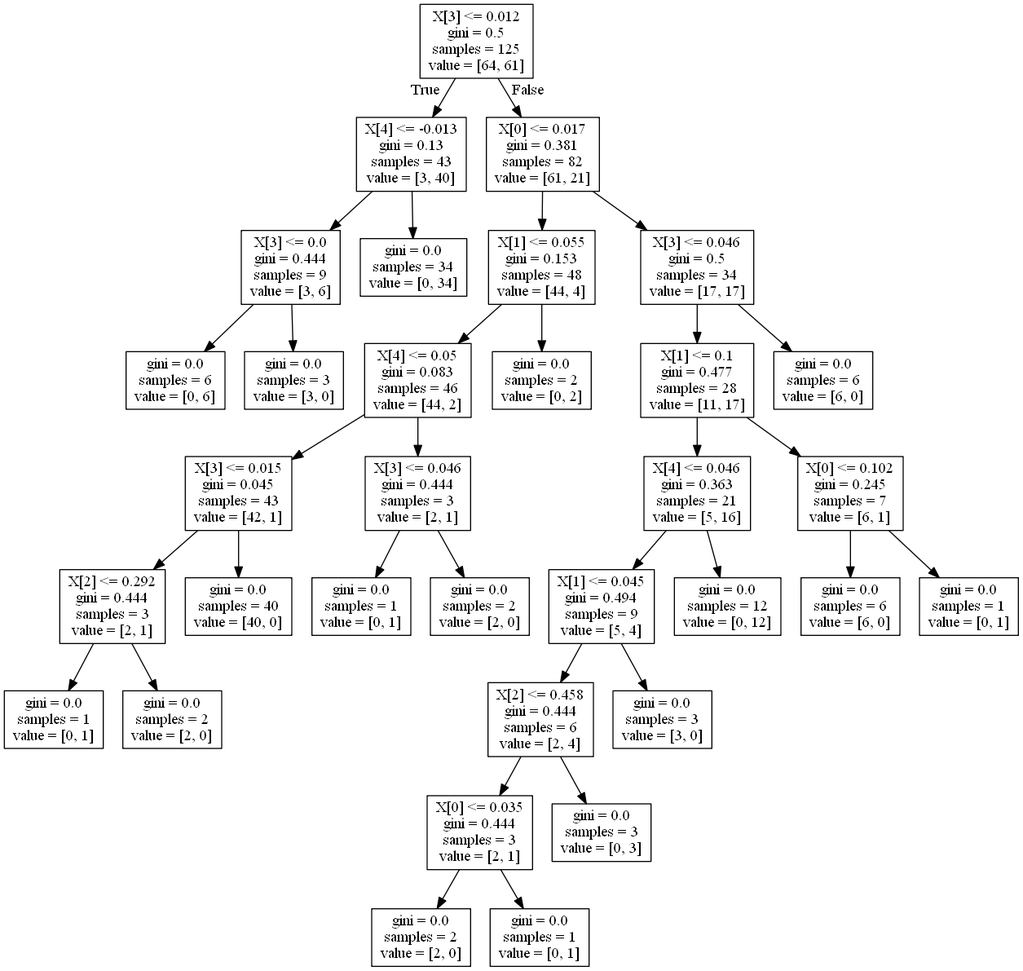
Before: tre.png, a diagram exported from Graphviz (LimboRift/wkzq). Its source is kept beside it as tre.dot.
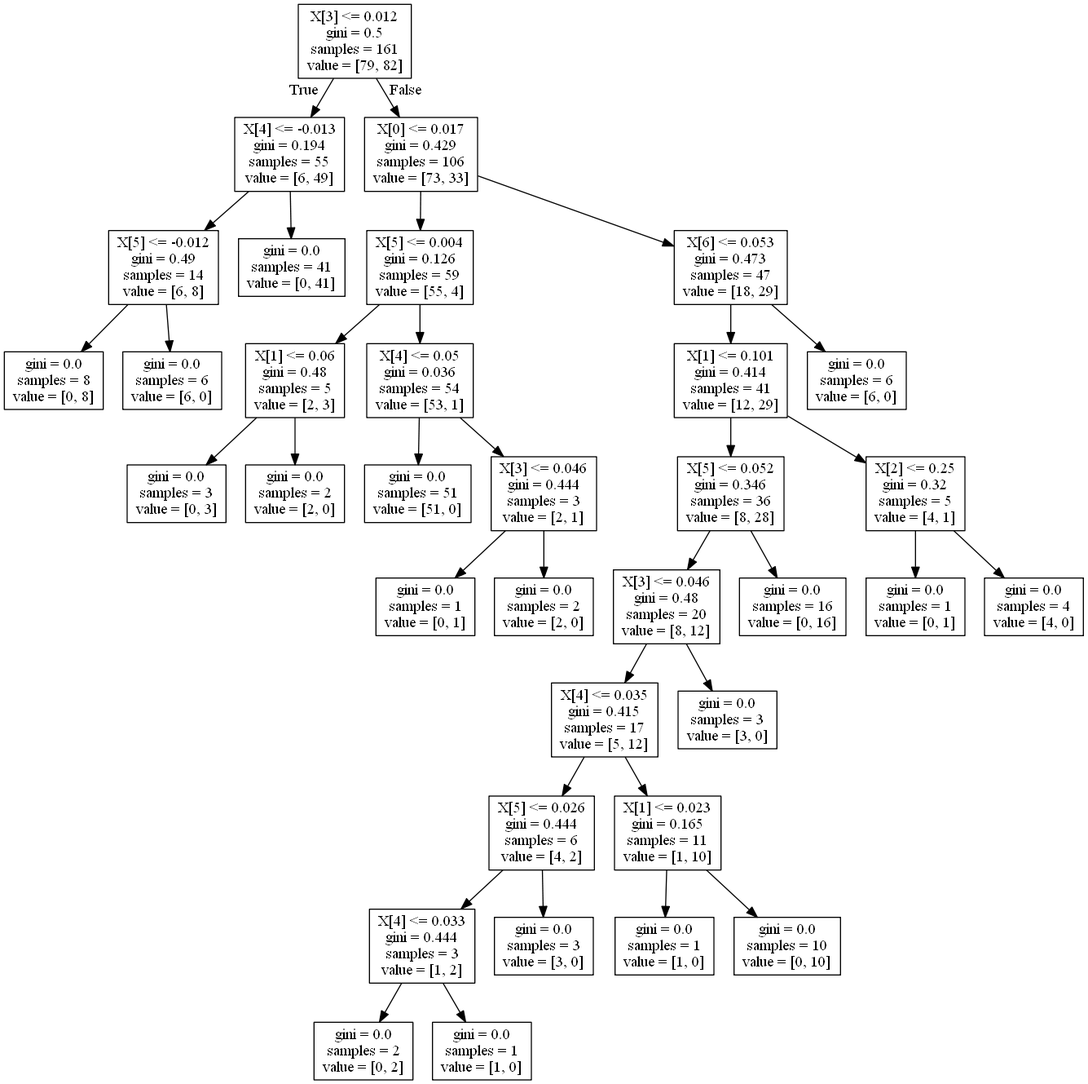
Above is the later version.

The edit, as a diff of the source:
```diff
@@ -1,60 +1,72 @@
 digraph Tree {
 node [shape=box] ;
-0 [label="X[2] <= 0.458\ngini = 0.492\nsamples = 89\nvalue = [50, 39]"] ;
-1 [label="X[13] <= 0.116\ngini = 0.45\nsamples = 76\nvalue = [50, 26]"] ;
+0 [label="X[3] <= 0.012\ngini = 0.5\nsamples = 161\nvalue = [79, 82]"] ;
+1 [label="X[4] <= -0.013\ngini = 0.194\nsamples = 55\nvalue = [6, 49]"] ;
 0 -> 1 [labeldistance=2.5, labelangle=45, headlabel="True"] ;
-2 [label="X[10] <= -0.355\ngini = 0.184\nsamples = 39\nvalue = [35, 4]"] ;
+2 [label="X[3] <= -0.001\ngini = 0.49\nsamples = 14\nvalue = [6, 8]"] ;
 1 -> 2 ;
-3 [label="gini = 0.0\nsamples = 2\nvalue = [0, 2]"] ;
+3 [label="gini = 0.0\nsamples = 8\nvalue = [0, 8]"] ;
 2 -> 3 ;
-4 [label="X[3] <= 0.128\ngini = 0.102\nsamples = 37\nvalue = [35, 2]"] ;
+4 [label="gini = 0.0\nsamples = 6\nvalue = [6, 0]"] ;
 2 -> 4 ;
-5 [label="X[6] <= 0.037\ngini = 0.054\nsamples = 36\nvalue = [35, 1]"] ;
-4 -> 5 ;
-6 [label="gini = 0.0\nsamples = 1\nvalue = [0, 1]"] ;
-5 -> 6 ;
-7 [label="gini = 0.0\nsamples = 35\nvalue = [35, 0]"] ;
-5 -> 7 ;
-8 [label="gini = 0.0\nsamples = 1\nvalue = [0, 1]"] ;
-4 -> 8 ;
-9 [label="X[14] <= 0.191\ngini = 0.482\nsamples = 37\nvalue = [15, 22]"] ;
-1 -> 9 ;
-10 [label="X[6] <= 0.061\ngini = 0.33\nsamples = 24\nvalue = [5, 19]"] ;
-9 -> 10 ;
-11 [label="X[10] <= 0.048\ngini = 0.375\nsamples = 4\nvalue = [3, 1]"] ;
-10 -> 11 ;
-12 [label="gini = 0.0\nsamples = 3\nvalue = [3, 0]"] ;
+5 [label="gini = 0.0\nsamples = 41\nvalue = [0, 41]"] ;
+1 -> 5 ;
+6 [label="X[0] <= 0.017\ngini = 0.429\nsamples = 106\nvalue = [73, 33]"] ;
+0 -> 6 [labeldistance=2.5, labelangle=-45, headlabel="False"] ;
+7 [label="X[5] <= 0.004\ngini = 0.126\nsamples = 59\nvalue = [55, 4]"] ;
+6 -> 7 ;
+8 [label="X[0] <= -0.058\ngini = 0.48\nsamples = 5\nvalue = [2, 3]"] ;
+7 -> 8 ;
+9 [label="gini = 0.0\nsamples = 2\nvalue = [2, 0]"] ;
+8 -> 9 ;
+10 [label="gini = 0.0\nsamples = 3\nvalue = [0, 3]"] ;
+8 -> 10 ;
+11 [label="X[4] <= 0.05\ngini = 0.036\nsamples = 54\nvalue = [53, 1]"] ;
+7 -> 11 ;
+12 [label="gini = 0.0\nsamples = 51\nvalue = [51, 0]"] ;
 11 -> 12 ;
-13 [label="gini = 0.0\nsamples = 1\nvalue = [0, 1]"] ;
+13 [label="X[5] <= 0.052\ngini = 0.444\nsamples = 3\nvalue = [2, 1]"] ;
 11 -> 13 ;
-14 [label="X[3] <= 0.096\ngini = 0.18\nsamples = 20\nvalue = [2, 18]"] ;
-10 -> 14 ;
-15 [label="gini = 0.0\nsamples = 1\nvalue = [1, 0]"] ;
-14 -> 15 ;
-16 [label="X[0] <= 0.137\ngini = 0.1\nsamples = 19\nvalue = [1, 18]"] ;
-14 -> 16 ;
-17 [label="gini = 0.0\nsamples = 17\nvalue = [0, 17]"] ;
+14 [label="gini = 0.0\nsamples = 1\nvalue = [0, 1]"] ;
+13 -> 14 ;
+15 [label="gini = 0.0\nsamples = 2\nvalue = [2, 0]"] ;
+13 -> 15 ;
+16 [label="X[6] <= 0.053\ngini = 0.473\nsamples = 47\nvalue = [18, 29]"] ;
+6 -> 16 ;
+17 [label="X[1] <= 0.101\ngini = 0.414\nsamples = 41\nvalue = [12, 29]"] ;
 16 -> 17 ;
-18 [label="X[1] <= 0.249\ngini = 0.5\nsamples = 2\nvalue = [1, 1]"] ;
-16 -> 18 ;
-19 [label="gini = 0.0\nsamples = 1\nvalue = [1, 0]"] ;
+18 [label="X[5] <= 0.052\ngini = 0.346\nsamples = 36\nvalue = [8, 28]"] ;
+17 -> 18 ;
+19 [label="X[3] <= 0.046\ngini = 0.48\nsamples = 20\nvalue = [8, 12]"] ;
 18 -> 19 ;
-20 [label="gini = 0.0\nsamples = 1\nvalue = [0, 1]"] ;
-18 -> 20 ;
-21 [label="X[1] <= 0.161\ngini = 0.355\nsamples = 13\nvalue = [10, 3]"] ;
-9 -> 21 ;
-22 [label="gini = 0.0\nsamples = 2\nvalue = [0, 2]"] ;
+20 [label="X[4] <= 0.035\ngini = 0.415\nsamples = 17\nvalue = [5, 12]"] ;
+19 -> 20 ;
+21 [label="X[4] <= 0.032\ngini = 0.444\nsamples = 6\nvalue = [4, 2]"] ;
+20 -> 21 ;
+22 [label="X[4] <= 0.025\ngini = 0.444\nsamples = 3\nvalue = [1, 2]"] ;
 21 -> 22 ;
-23 [label="X[3] <= 0.128\ngini = 0.165\nsamples = 11\nvalue = [10, 1]"] ;
-21 -> 23 ;
-24 [label="X[0] <= 0.128\ngini = 0.5\nsamples = 2\nvalue = [1, 1]"] ;
-23 -> 24 ;
-25 [label="gini = 0.0\nsamples = 1\nvalue = [1, 0]"] ;
-24 -> 25 ;
-26 [label="gini = 0.0\nsamples = 1\nvalue = [0, 1]"] ;
-24 -> 26 ;
-27 [label="gini = 0.0\nsamples = 9\nvalue = [9, 0]"] ;
-23 -> 27 ;
-28 [label="gini = 0.0\nsamples = 13\nvalue = [0, 13]"] ;
-0 -> 28 [labeldistance=2.5, labelangle=-45, headlabel="False"] ;
+23 [label="gini = 0.0\nsamples = 1\nvalue = [1, 0]"] ;
+22 -> 23 ;
+24 [label="gini = 0.0\nsamples = 2\nvalue = [0, 2]"] ;
+22 -> 24 ;
+25 [label="gini = 0.0\nsamples = 3\nvalue = [3, 0]"] ;
+21 -> 25 ;
+26 [label="X[1] <= 0.023\ngini = 0.165\nsamples = 11\nvalue = [1, 10]"] ;
+20 -> 26 ;
+27 [label="gini = 0.0\nsamples = 1\nvalue = [1, 0]"] ;
+26 -> 27 ;
+28 [label="gini = 0.0\nsamples = 10\nvalue = [0, 10]"] ;
+26 -> 28 ;
+29 [label="gini = 0.0\nsamples = 3\nvalue = [3, 0]"] ;
+19 -> 29 ;
+30 [label="gini = 0.0\nsamples = 16\nvalue = [0, 16]"] ;
+18 -> 30 ;
+31 [label="X[2] <= 0.25\ngini = 0.32\nsamples = 5\nvalue = [4, 1]"] ;
+17 -> 31 ;
+32 [label="gini = 0.0\nsamples = 1\nvalue = [0, 1]"] ;
+31 -> 32 ;
+33 [label="gini = 0.0\nsamples = 4\nvalue = [4, 0]"] ;
+31 -> 33 ;
+34 [label="gini = 0.0\nsamples = 6\nvalue = [6, 0]"] ;
+16 -> 34 ;
 }
```
